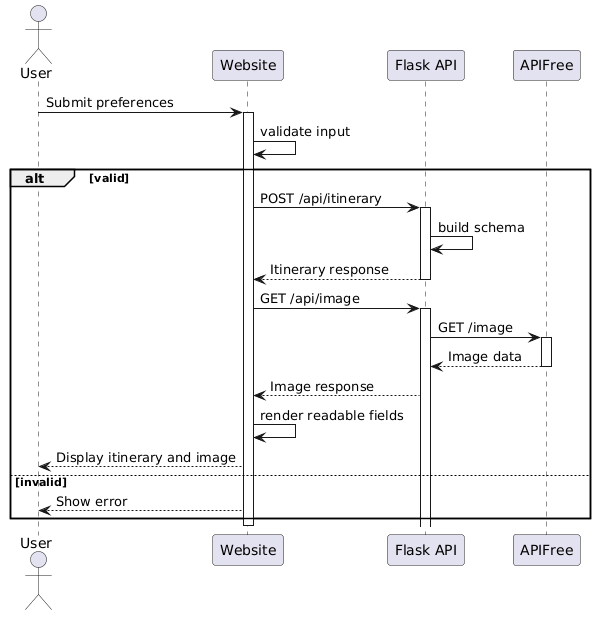
The PlantUML diagram Task1/artifacts/uml/sequence_diagram.png in EasonYang0618/travel-planner-generator, before a commit.
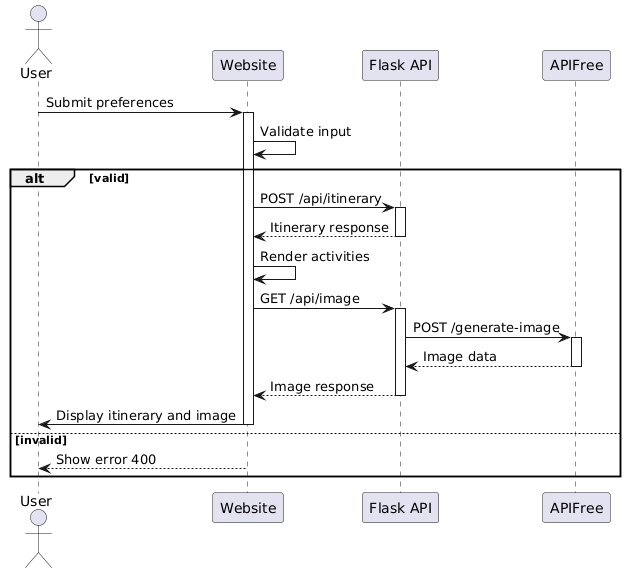
After the commit.

Change to the diagram source:
```diff
@@ -5,24 +5,25 @@
 participant APIFree
 User -> Website: Submit preferences
 activate Website
-Website -> Website: validate input
+Website -> Website: Validate input
 alt valid
- Website -> API: POST /api/itinerary
- activate API
- API -> API: build schema
- API --> Website: Itinerary response
- deactivate API
- Website -> API: GET /api/image
- activate API
- API -> APIFree: GET /image
- activate APIFree
- APIFree --> API: Image data
- deactivate APIFree
- API --> Website: Image response
- Website -> Website: render readable fields
- Website --> User: Display itinerary and image
+Website -> API: POST /api/itinerary
+activate API
+API --> Website: Itinerary response
+deactivate API
+Website -> Website: Render activities
+Website -> API: GET /api/image
+activate API
+API -> APIFree: POST /generate-image
+activate APIFree
+APIFree --> API: Image data
+deactivate APIFree
+API --> Website: Image response
+deactivate API
+Website -> User: Display itinerary and image
+deactivate Website
 else invalid
- Website --> User: Show error
+Website --> User: Show error 400
+deactivate Website
 end
-deactivate Website
 @enduml
```
